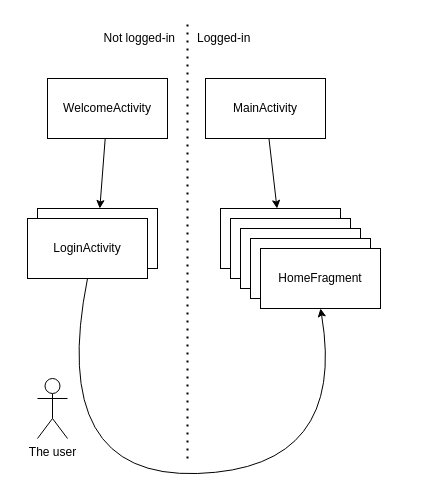
The draw.io diagram docs/Untitled Diagram.drawio in mobapp20g6/frivillig-app1, before the edit. Source tidied: cells renumbered, new cells numbered last; positions are measured from the earlier drawing's top-left corner, leaving out a move shared by most shapes. Both pictures are drawn from the tidied source at 100%, with x=0, y=0 at pixel (27, 18).
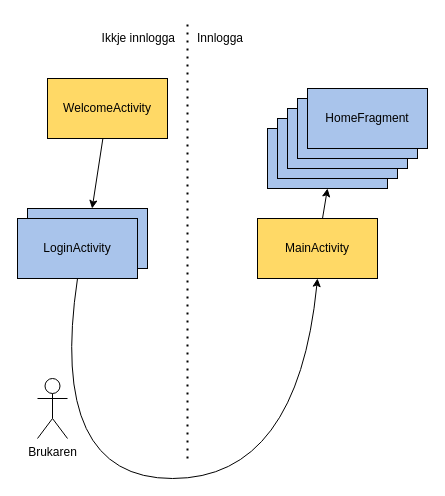
The same page after the edit.

What changed in the source:
```diff
@@
-    <mxCell id="3" value="WelcomeActivity" style="rounded=0;whiteSpace=wrap;html=1;" parent="1" vertex="1">
+    <mxCell id="3" value="WelcomeActivity" style="rounded=0;whiteSpace=wrap;html=1;fillColor=#FFD966;" parent="1" vertex="1">
       <mxGeometry x="20" y="60" width="120" height="60" as="geometry" />
     </mxCell>
-    <mxCell id="4" style="whiteSpace=wrap;html=1;rounded=0;" parent="1" vertex="1">
-      <mxGeometry x="10" y="190" width="120" height="60" as="geometry" />
+    <mxCell id="4" style="whiteSpace=wrap;html=1;rounded=0;fillColor=#A9C4EB;" parent="1" vertex="1">
+      <mxGeometry y="190" width="120" height="60" as="geometry" />
     </mxCell>
-    <mxCell id="5" style="edgeStyle=none;rounded=0;jettySize=auto;html=1;" parent="1" edge="1" source="6" target="8">
-      <mxGeometry relative="1" as="geometry" />
-    </mxCell>
+    <mxCell id="18" style="edgeStyle=none;rounded=0;jettySize=auto;html=1;entryX=0.5;entryY=1;entryDx=0;entryDy=0;" parent="1" edge="1" source="6" target="19">
+      <mxGeometry relative="1" as="geometry" />
+    </mxCell>
-    <mxCell id="6" value="MainActivity" style="whiteSpace=wrap;html=1;rounded=0;" parent="1" vertex="1">
-      <mxGeometry x="178" y="60" width="120" height="60" as="geometry" />
+    <mxCell id="6" value="MainActivity" style="whiteSpace=wrap;html=1;rounded=0;fillColor=#FFD966;" parent="1" vertex="1">
+      <mxGeometry x="230" y="200" width="120" height="60" as="geometry" />
     </mxCell>
-    <mxCell id="7" value="LoginActivity" style="whiteSpace=wrap;html=1;rounded=0;" parent="1" vertex="1">
-      <mxGeometry y="200" width="120" height="60" as="geometry" />
+    <mxCell id="7" value="LoginActivity" style="whiteSpace=wrap;html=1;rounded=0;fillColor=#A9C4EB;" parent="1" vertex="1">
+      <mxGeometry x="-10" y="200" width="120" height="60" as="geometry" />
     </mxCell>
-    <mxCell id="8" style="whiteSpace=wrap;html=1;rounded=0;" parent="1" vertex="1">
-      <mxGeometry x="193" y="190" width="120" height="60" as="geometry" />
-    </mxCell>
-    <mxCell id="9" style="whiteSpace=wrap;html=1;rounded=0;" parent="1" vertex="1">
-      <mxGeometry x="203" y="200" width="120" height="60" as="geometry" />
-    </mxCell>
-    <mxCell id="10" style="whiteSpace=wrap;html=1;rounded=0;" parent="1" vertex="1">
-      <mxGeometry x="213" y="210" width="120" height="60" as="geometry" />
-    </mxCell>
-    <mxCell id="11" style="whiteSpace=wrap;html=1;rounded=0;" parent="1" vertex="1">
-      <mxGeometry x="223" y="220" width="120" height="60" as="geometry" />
-    </mxCell>
-    <mxCell id="12" value="HomeFragment" style="whiteSpace=wrap;html=1;rounded=0;" parent="1" vertex="1">
-      <mxGeometry x="233" y="230" width="120" height="60" as="geometry" />
-    </mxCell>
@@
-    <mxCell id="14" value="&lt;div align=&quot;right&quot;&gt;Not logged-in&lt;br&gt;&lt;/div&gt;" style="text;html=1;strokeColor=none;fillColor=none;align=right;verticalAlign=middle;whiteSpace=wrap;rounded=0;" parent="1" vertex="1">
+    <mxCell id="14" value="Ikkje innlogga" style="text;html=1;strokeColor=none;fillColor=none;align=right;verticalAlign=middle;whiteSpace=wrap;rounded=0;" parent="1" vertex="1">
       <mxGeometry x="20" y="10" width="130" height="20" as="geometry" />
     </mxCell>
-    <mxCell id="15" value="&lt;div align=&quot;left&quot;&gt;Logged-in&lt;/div&gt;" style="text;html=1;strokeColor=none;fillColor=none;align=left;verticalAlign=middle;whiteSpace=wrap;rounded=0;" parent="1" vertex="1">
+    <mxCell id="15" value="Innlogga" style="text;html=1;strokeColor=none;fillColor=none;align=left;verticalAlign=middle;whiteSpace=wrap;rounded=0;" parent="1" vertex="1">
       <mxGeometry x="168" y="10" width="130" height="20" as="geometry" />
     </mxCell>
-    <mxCell id="16" style="curved=1;endArrow=classic;html=1;exitX=0.5;exitY=1;exitDx=0;exitDy=0;entryX=0.5;entryY=1;entryDx=0;entryDy=0;" parent="1" edge="1" source="7" target="12">
+    <mxCell id="16" style="curved=1;endArrow=classic;html=1;exitX=0.5;exitY=1;exitDx=0;exitDy=0;entryX=0.5;entryY=1;entryDx=0;entryDy=0;" parent="1" edge="1" source="7" target="6">
       <mxGeometry relative="1" as="geometry">
         <Array as="points">
           <mxPoint x="20" y="460" />
-          <mxPoint x="320" y="450" />
+          <mxPoint x="270" y="460" />
         </Array>
       </mxGeometry>
     </mxCell>
-    <mxCell id="17" value="The user" style="shape=umlActor;verticalLabelPosition=bottom;verticalAlign=top;html=1;" parent="1" vertex="1">
+    <mxCell id="17" value="Brukaren" style="shape=umlActor;verticalLabelPosition=bottom;verticalAlign=top;html=1;" parent="1" vertex="1">
       <mxGeometry x="10" y="360" width="30" height="60" as="geometry" />
     </mxCell>
+    <mxCell id="19" style="whiteSpace=wrap;html=1;rounded=0;fillColor=#A9C4EB;" parent="1" vertex="1">
+      <mxGeometry x="240" y="110" width="120" height="60" as="geometry" />
+    </mxCell>
+    <mxCell id="20" style="whiteSpace=wrap;html=1;rounded=0;fillColor=#A9C4EB;" parent="1" vertex="1">
+      <mxGeometry x="250" y="100" width="120" height="60" as="geometry" />
+    </mxCell>
+    <mxCell id="21" style="whiteSpace=wrap;html=1;rounded=0;fillColor=#A9C4EB;" parent="1" vertex="1">
+      <mxGeometry x="260" y="90" width="120" height="60" as="geometry" />
+    </mxCell>
+    <mxCell id="22" style="whiteSpace=wrap;html=1;rounded=0;fillColor=#A9C4EB;" parent="1" vertex="1">
+      <mxGeometry x="270" y="80" width="120" height="60" as="geometry" />
+    </mxCell>
+    <mxCell id="12" value="HomeFragment" style="whiteSpace=wrap;html=1;rounded=0;fillColor=#A9C4EB;" parent="1" vertex="1">
+      <mxGeometry x="280" y="70" width="120" height="60" as="geometry" />
+    </mxCell>
```
